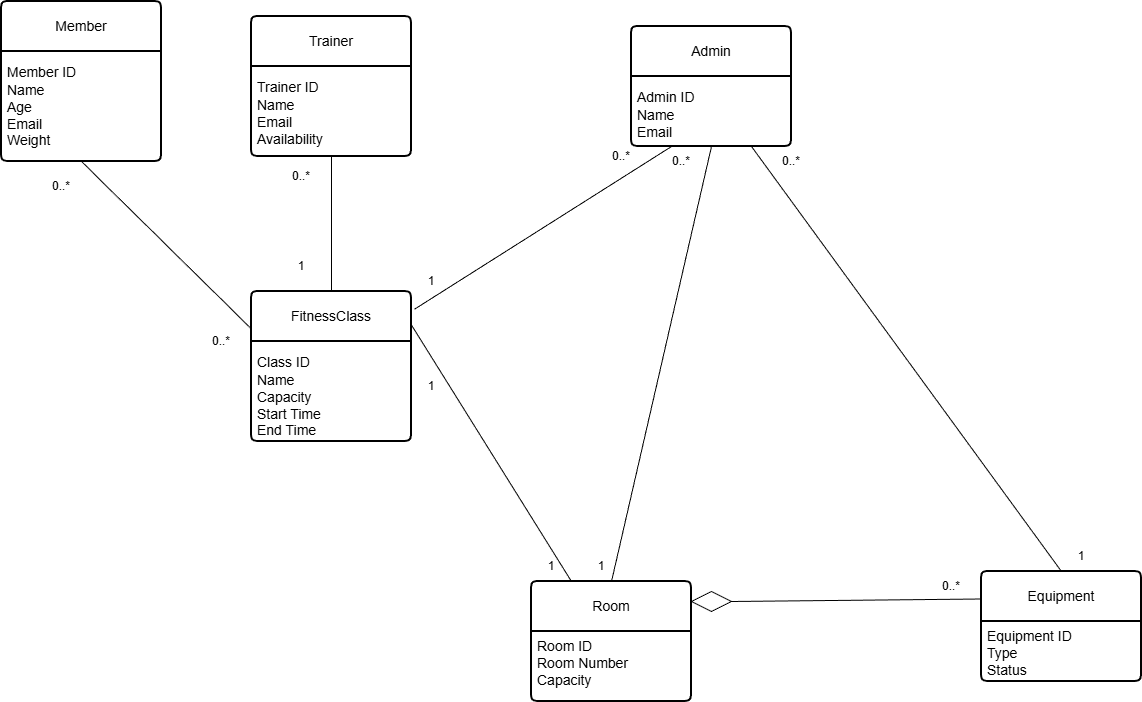
The draw.io diagram docs/ER Model.png in AissatouB26/Health-and-Fitness-Club-Management-System, before a commit. Source tidied: cells renumbered, new cells last; positions are measured from the earlier drawing's top-left corner, leaving out a move shared by most shapes.
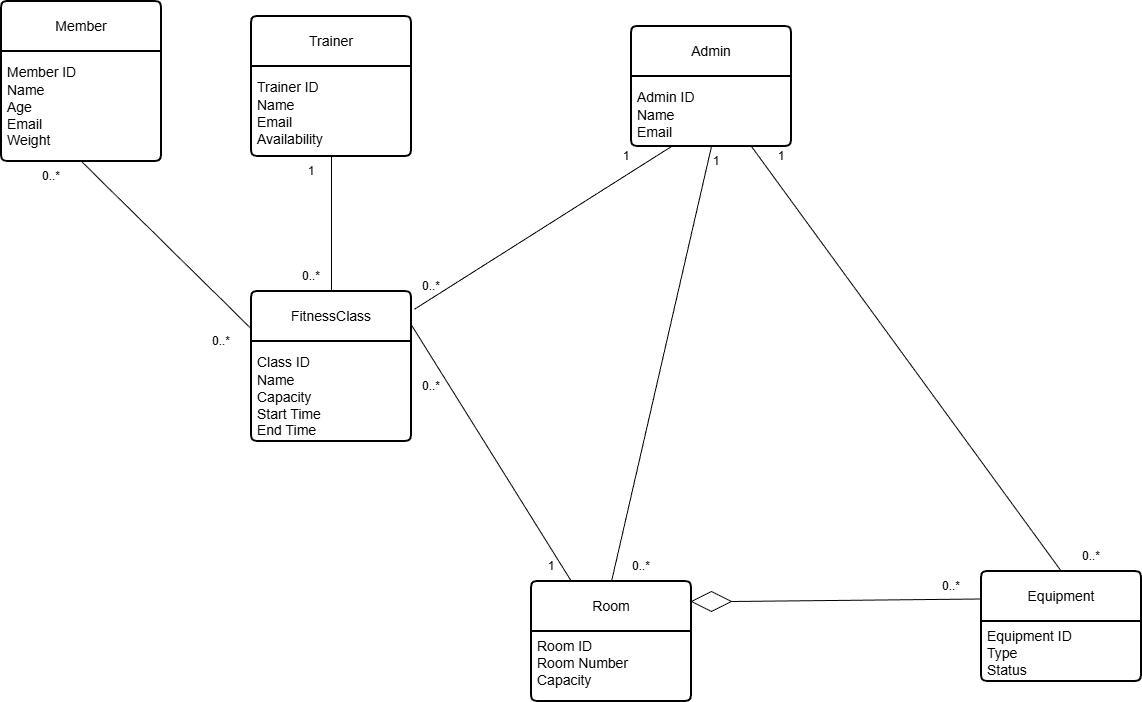
Later version of the same file.

Diff of the diagram source:
```diff
@@ -53,7 +53,7 @@
       <mxGeometry relative="1" as="geometry" />
     </mxCell>
     <mxCell id="18" value="0..*" style="text;html=1;whiteSpace=wrap;strokeColor=none;fillColor=none;align=center;verticalAlign=middle;rounded=0;" parent="1" vertex="1">
-      <mxGeometry x="30" y="170" width="60" height="30" as="geometry" />
+      <mxGeometry x="20" y="160" width="60" height="30" as="geometry" />
     </mxCell>
     <mxCell id="19" value="0..*" style="text;html=1;whiteSpace=wrap;strokeColor=none;fillColor=none;align=center;verticalAlign=middle;rounded=0;" parent="1" vertex="1">
       <mxGeometry x="190" y="325" width="60" height="30" as="geometry" />
@@ -62,25 +62,25 @@
       <mxGeometry relative="1" as="geometry" />
     </mxCell>
     <mxCell id="21" value="0..*" style="text;html=1;whiteSpace=wrap;strokeColor=none;fillColor=none;align=center;verticalAlign=middle;rounded=0;" parent="1" vertex="1">
-      <mxGeometry x="270" y="160" width="60" height="30" as="geometry" />
+      <mxGeometry x="280" y="260" width="60" height="30" as="geometry" />
     </mxCell>
     <mxCell id="22" value="1" style="text;html=1;whiteSpace=wrap;strokeColor=none;fillColor=none;align=center;verticalAlign=middle;rounded=0;" parent="1" vertex="1">
-      <mxGeometry x="270" y="250" width="60" height="30" as="geometry" />
+      <mxGeometry x="290" y="155" width="40" height="30" as="geometry" />
     </mxCell>
     <mxCell id="23" value="0..*" style="text;html=1;whiteSpace=wrap;strokeColor=none;fillColor=none;align=center;verticalAlign=middle;rounded=0;" parent="1" vertex="1">
-      <mxGeometry x="590" y="140" width="60" height="30" as="geometry" />
+      <mxGeometry x="400" y="270" width="60" height="30" as="geometry" />
     </mxCell>
     <mxCell id="24" value="1" style="text;html=1;whiteSpace=wrap;strokeColor=none;fillColor=none;align=center;verticalAlign=middle;rounded=0;" parent="1" vertex="1">
-      <mxGeometry x="400" y="265" width="60" height="30" as="geometry" />
+      <mxGeometry x="610" y="140" width="30" height="30" as="geometry" />
     </mxCell>
-    <mxCell id="25" value="1" style="text;html=1;whiteSpace=wrap;strokeColor=none;fillColor=none;align=center;verticalAlign=middle;rounded=0;" parent="1" vertex="1">
+    <mxCell id="25" value="0..*" style="text;html=1;whiteSpace=wrap;strokeColor=none;fillColor=none;align=center;verticalAlign=middle;rounded=0;" parent="1" vertex="1">
       <mxGeometry x="410" y="370" width="40" height="30" as="geometry" />
     </mxCell>
     <mxCell id="26" value="0..*" style="text;html=1;whiteSpace=wrap;strokeColor=none;fillColor=none;align=center;verticalAlign=middle;rounded=0;" parent="1" vertex="1">
-      <mxGeometry x="650" y="145" width="60" height="30" as="geometry" />
+      <mxGeometry x="610" y="550" width="60" height="30" as="geometry" />
     </mxCell>
     <mxCell id="27" value="1" style="text;html=1;whiteSpace=wrap;strokeColor=none;fillColor=none;align=center;verticalAlign=middle;rounded=0;" parent="1" vertex="1">
-      <mxGeometry x="580" y="550" width="40" height="30" as="geometry" />
+      <mxGeometry x="700" y="145" width="30" height="30" as="geometry" />
     </mxCell>
     <mxCell id="28" value="1" style="text;html=1;whiteSpace=wrap;strokeColor=none;fillColor=none;align=center;verticalAlign=middle;rounded=0;" parent="1" vertex="1">
       <mxGeometry x="530" y="550" width="40" height="30" as="geometry" />
@@ -98,10 +98,10 @@
       <mxGeometry relative="1" as="geometry" />
     </mxCell>
     <mxCell id="33" value="0..*" style="text;html=1;whiteSpace=wrap;strokeColor=none;fillColor=none;align=center;verticalAlign=middle;rounded=0;" parent="1" vertex="1">
-      <mxGeometry x="760" y="145" width="60" height="30" as="geometry" />
+      <mxGeometry x="1060" y="540" width="60" height="30" as="geometry" />
     </mxCell>
     <mxCell id="34" value="1" style="text;html=1;whiteSpace=wrap;strokeColor=none;fillColor=none;align=center;verticalAlign=middle;rounded=0;" parent="1" vertex="1">
-      <mxGeometry x="1060" y="540" width="40" height="30" as="geometry" />
+      <mxGeometry x="760" y="140" width="40" height="30" as="geometry" />
     </mxCell>
   </root>
 </mxGraphModel>
```
